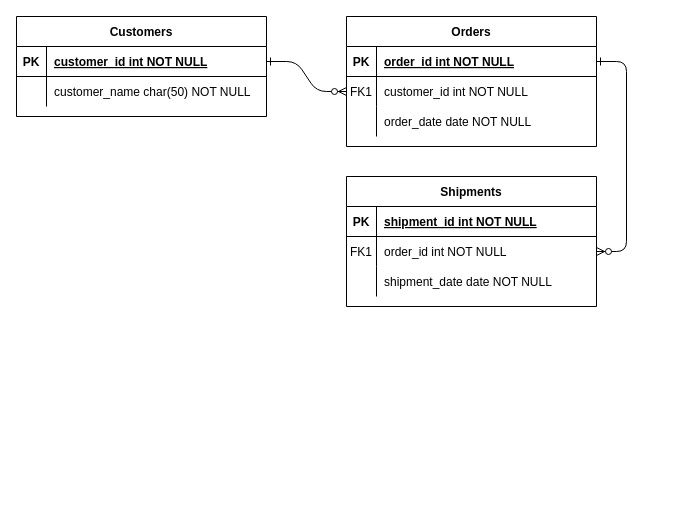
maman09/UasLaundry_170101001 keeps this draw.io diagram as Untitled Diagram.drawio. Above is the earlier version. Source tidied: cells renumbered, new cells numbered last; positions are measured from the earlier drawing's top-left corner, leaving out a move shared by most shapes. Both pictures are drawn from the tidied source at 100%, with x=0, y=0 at pixel (16, 16).
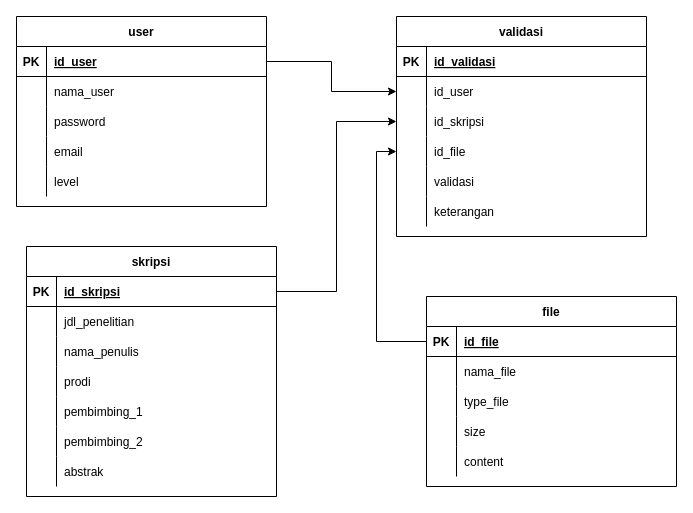
The same page after the edit.

Unchanged cells that the change refers to:
```xml
<mxCell id="5" style="shape=partialRectangle;fillColor=none;points=[[0,0.5],[1,0.5]];portConstraint=eastwest;top=0;left=0;right=0;bottom=1;" parent="4" vertex="1">
  <mxGeometry y="30" width="250" height="30" as="geometry" />
</mxCell>
<mxCell id="15" style="shape=partialRectangle;fillColor=none;points=[[0,0.5],[1,0.5]];portConstraint=eastwest;top=0;left=0;right=0;bottom=1;" parent="14" vertex="1">
  <mxGeometry y="30" width="250" height="30" as="geometry" />
</mxCell>
<mxCell id="18" style="shape=partialRectangle;fillColor=none;points=[[0,0.5],[1,0.5]];portConstraint=eastwest;top=0;left=0;right=0;bottom=0;" parent="14" vertex="1">
  <mxGeometry y="60" width="250" height="30" as="geometry" />
</mxCell>
<mxCell id="21" style="shape=partialRectangle;fillColor=none;top=0;left=0;right=0;bottom=0;" parent="14" vertex="1">
  <mxGeometry y="90" width="250" height="30" as="geometry" />
</mxCell>
<mxCell id="25" style="shape=partialRectangle;fillColor=none;points=[[0,0.5],[1,0.5]];portConstraint=eastwest;top=0;left=0;right=0;bottom=1;" parent="24" vertex="1">
  <mxGeometry y="30" width="250" height="30" as="geometry" />
</mxCell>
<mxCell id="28" style="shape=partialRectangle;fillColor=none;top=0;left=0;right=0;bottom=0;" parent="24" vertex="1">
  <mxGeometry y="60" width="250" height="30" as="geometry" />
</mxCell>
```

What changed in the source:
```diff
@@
-    <mxCell id="2" style="edgeStyle=entityRelationEdgeStyle;endArrow=ERzeroToMany;startArrow=ERone;endFill=1;startFill=0;" parent="1" edge="1" source="25" target="8">
-      <mxGeometry relative="1" as="geometry" />
-    </mxCell>
-    <mxCell id="3" style="edgeStyle=entityRelationEdgeStyle;endArrow=ERzeroToMany;startArrow=ERone;endFill=1;startFill=0;" parent="1" edge="1" source="5" target="18">
-      <mxGeometry relative="1" as="geometry" />
-    </mxCell>
-    <mxCell id="4" value="Orders" style="shape=table;startSize=30;childLayout=tableLayout;rowLines=0;fontStyle=1;align=center;" parent="1" vertex="1">
-      <mxGeometry x="330" width="250" height="130" as="geometry" />
+    <mxCell id="4" value="validasi" style="shape=table;startSize=30;childLayout=tableLayout;rowLines=0;fontStyle=1;align=center;" parent="1" vertex="1">
+      <mxGeometry x="380" width="250" height="220" as="geometry" />
     </mxCell>
@@
-    <mxCell id="7" value="order_id int NOT NULL " style="shape=partialRectangle;overflow=hidden;fillColor=none;top=0;left=0;bottom=0;right=0;align=left;spacingLeft=6;fontStyle=5;" parent="5" vertex="1">
+    <mxCell id="7" value="id_validasi" style="shape=partialRectangle;overflow=hidden;fillColor=none;top=0;left=0;bottom=0;right=0;align=left;spacingLeft=6;fontStyle=5;" parent="5" vertex="1">
       <mxGeometry x="30" width="220" height="30" as="geometry" />
     </mxCell>
+    <mxCell id="31" style="shape=partialRectangle;fillColor=none;points=[[0,0.5],[1,0.5]];portConstraint=eastwest;top=0;left=0;right=0;bottom=0;" parent="4" vertex="1">
+      <mxGeometry y="60" width="250" height="30" as="geometry" />
+    </mxCell>
+    <mxCell id="32" style="shape=partialRectangle;overflow=hidden;fillColor=none;top=0;left=0;bottom=0;right=0;" parent="31" vertex="1">
+      <mxGeometry width="30" height="30" as="geometry" />
+    </mxCell>
+    <mxCell id="33" value="id_user" style="shape=partialRectangle;overflow=hidden;fillColor=none;top=0;left=0;bottom=0;right=0;align=left;spacingLeft=6;" parent="31" vertex="1">
+      <mxGeometry x="30" width="220" height="30" as="geometry" />
+    </mxCell>
     <mxCell id="8" style="shape=partialRectangle;fillColor=none;points=[[0,0.5],[1,0.5]];portConstraint=eastwest;top=0;left=0;right=0;bottom=0;" parent="4" vertex="1">
-      <mxGeometry y="60" width="250" height="30" as="geometry" />
+      <mxGeometry y="90" width="250" height="30" as="geometry" />
     </mxCell>
-    <mxCell id="9" value="FK1" style="shape=partialRectangle;overflow=hidden;fillColor=none;top=0;left=0;bottom=0;right=0;" parent="8" vertex="1">
+    <mxCell id="9" style="shape=partialRectangle;overflow=hidden;fillColor=none;top=0;left=0;bottom=0;right=0;" parent="8" vertex="1">
       <mxGeometry width="30" height="30" as="geometry" />
     </mxCell>
-    <mxCell id="10" value="customer_id int NOT NULL" style="shape=partialRectangle;overflow=hidden;fillColor=none;top=0;left=0;bottom=0;right=0;align=left;spacingLeft=6;" parent="8" vertex="1">
+    <mxCell id="10" value="id_skripsi" style="shape=partialRectangle;overflow=hidden;fillColor=none;top=0;left=0;bottom=0;right=0;align=left;spacingLeft=6;" parent="8" vertex="1">
       <mxGeometry x="30" width="220" height="30" as="geometry" />
     </mxCell>
     <mxCell id="11" style="shape=partialRectangle;fillColor=none;points=[[0,0.5],[1,0.5]];portConstraint=eastwest;top=0;left=0;right=0;bottom=0;" parent="4" vertex="1">
-      <mxGeometry y="90" width="250" height="30" as="geometry" />
+      <mxGeometry y="120" width="250" height="30" as="geometry" />
     </mxCell>
@@
-    <mxCell id="13" value="order_date date NOT NULL" style="shape=partialRectangle;overflow=hidden;fillColor=none;top=0;left=0;bottom=0;right=0;align=left;spacingLeft=6;" parent="11" vertex="1">
+    <mxCell id="13" value="id_file" style="shape=partialRectangle;overflow=hidden;fillColor=none;top=0;left=0;bottom=0;right=0;align=left;spacingLeft=6;" parent="11" vertex="1">
       <mxGeometry x="30" width="220" height="30" as="geometry" />
     </mxCell>
+    <mxCell id="34" style="shape=partialRectangle;fillColor=none;top=0;left=0;right=0;bottom=0;" parent="4" vertex="1">
+      <mxGeometry y="150" width="250" height="30" as="geometry" />
+    </mxCell>
+    <mxCell id="35" style="shape=partialRectangle;overflow=hidden;fillColor=none;top=0;left=0;bottom=0;right=0;" parent="34" vertex="1">
+      <mxGeometry width="30" height="30" as="geometry" />
+    </mxCell>
+    <mxCell id="36" value="validasi" style="shape=partialRectangle;overflow=hidden;fillColor=none;top=0;left=0;bottom=0;right=0;align=left;spacingLeft=6;" parent="34" vertex="1">
+      <mxGeometry x="30" width="220" height="30" as="geometry" />
+    </mxCell>
+    <mxCell id="37" style="shape=partialRectangle;fillColor=none;top=0;left=0;right=0;bottom=0;" parent="4" vertex="1">
+      <mxGeometry y="180" width="250" height="30" as="geometry" />
+    </mxCell>
+    <mxCell id="38" style="shape=partialRectangle;overflow=hidden;fillColor=none;top=0;left=0;bottom=0;right=0;" parent="37" vertex="1">
+      <mxGeometry width="30" height="30" as="geometry" />
+    </mxCell>
+    <mxCell id="39" style="shape=partialRectangle;overflow=hidden;fillColor=none;top=0;left=0;bottom=0;right=0;align=left;spacingLeft=6;" parent="37" vertex="1">
+      <mxGeometry x="30" width="220" height="30" as="geometry" />
+    </mxCell>
-    <mxCell id="14" value="Shipments" style="shape=table;startSize=30;childLayout=tableLayout;rowLines=0;fontStyle=1;align=center;" parent="1" vertex="1">
-      <mxGeometry x="330" y="160" width="250" height="130" as="geometry" />
+    <mxCell id="14" value="file" style="shape=table;startSize=30;childLayout=tableLayout;rowLines=0;fontStyle=1;align=center;" parent="1" vertex="1">
+      <mxGeometry x="410" y="280" width="250" height="190" as="geometry" />
     </mxCell>
@@
-    <mxCell id="17" value="shipment_id int NOT NULL " style="shape=partialRectangle;overflow=hidden;fillColor=none;top=0;left=0;bottom=0;right=0;align=left;spacingLeft=6;fontStyle=5;" parent="15" vertex="1">
+    <mxCell id="17" value="id_file" style="shape=partialRectangle;overflow=hidden;fillColor=none;top=0;left=0;bottom=0;right=0;align=left;spacingLeft=6;fontStyle=5;" parent="15" vertex="1">
       <mxGeometry x="30" width="220" height="30" as="geometry" />
     </mxCell>
@@
-    <mxCell id="19" value="FK1" style="shape=partialRectangle;overflow=hidden;fillColor=none;top=0;left=0;bottom=0;right=0;" parent="18" vertex="1">
+    <mxCell id="19" style="shape=partialRectangle;overflow=hidden;fillColor=none;top=0;left=0;bottom=0;right=0;" parent="18" vertex="1">
       <mxGeometry width="30" height="30" as="geometry" />
     </mxCell>
-    <mxCell id="20" value="order_id int NOT NULL" style="shape=partialRectangle;overflow=hidden;fillColor=none;top=0;left=0;bottom=0;right=0;align=left;spacingLeft=6;" parent="18" vertex="1">
+    <mxCell id="20" value="nama_file" style="shape=partialRectangle;overflow=hidden;fillColor=none;top=0;left=0;bottom=0;right=0;align=left;spacingLeft=6;" parent="18" vertex="1">
       <mxGeometry x="30" width="220" height="30" as="geometry" />
     </mxCell>
@@
-    <mxCell id="23" value="shipment_date date NOT NULL" style="shape=partialRectangle;overflow=hidden;fillColor=none;top=0;left=0;bottom=0;right=0;align=left;spacingLeft=6;" parent="21" vertex="1">
+    <mxCell id="23" value="type_file" style="shape=partialRectangle;overflow=hidden;fillColor=none;top=0;left=0;bottom=0;right=0;align=left;spacingLeft=6;" parent="21" vertex="1">
       <mxGeometry x="30" width="220" height="30" as="geometry" />
     </mxCell>
+    <mxCell id="40" style="shape=partialRectangle;fillColor=none;top=0;left=0;right=0;bottom=0;" parent="14" vertex="1">
+      <mxGeometry y="120" width="250" height="30" as="geometry" />
+    </mxCell>
+    <mxCell id="41" style="shape=partialRectangle;overflow=hidden;fillColor=none;top=0;left=0;bottom=0;right=0;" parent="40" vertex="1">
+      <mxGeometry width="30" height="30" as="geometry" />
+    </mxCell>
+    <mxCell id="42" value="size" style="shape=partialRectangle;overflow=hidden;fillColor=none;top=0;left=0;bottom=0;right=0;align=left;spacingLeft=6;" parent="40" vertex="1">
+      <mxGeometry x="30" width="220" height="30" as="geometry" />
+    </mxCell>
+    <mxCell id="43" style="shape=partialRectangle;fillColor=none;top=0;left=0;right=0;bottom=0;" parent="14" vertex="1">
+      <mxGeometry y="150" width="250" height="30" as="geometry" />
+    </mxCell>
+    <mxCell id="44" style="shape=partialRectangle;overflow=hidden;fillColor=none;top=0;left=0;bottom=0;right=0;" parent="43" vertex="1">
+      <mxGeometry width="30" height="30" as="geometry" />
+    </mxCell>
+    <mxCell id="45" value="content" style="shape=partialRectangle;overflow=hidden;fillColor=none;top=0;left=0;bottom=0;right=0;align=left;spacingLeft=6;" parent="43" vertex="1">
+      <mxGeometry x="30" width="220" height="30" as="geometry" />
+    </mxCell>
-    <mxCell id="24" value="Customers" style="shape=table;startSize=30;childLayout=tableLayout;rowLines=0;fontStyle=1;align=center;" parent="1" vertex="1">
-      <mxGeometry width="250" height="100" as="geometry" />
+    <mxCell id="24" value="user" style="shape=table;startSize=30;childLayout=tableLayout;rowLines=0;fontStyle=1;align=center;" parent="1" vertex="1">
+      <mxGeometry width="250" height="190" as="geometry" />
     </mxCell>
@@
-    <mxCell id="27" value="customer_id int NOT NULL " style="shape=partialRectangle;overflow=hidden;fillColor=none;top=0;left=0;bottom=0;right=0;align=left;spacingLeft=6;fontStyle=5;" parent="25" vertex="1">
+    <mxCell id="27" value="id_user" style="shape=partialRectangle;overflow=hidden;fillColor=none;top=0;left=0;bottom=0;right=0;align=left;spacingLeft=6;fontStyle=5;" parent="25" vertex="1">
       <mxGeometry x="30" width="220" height="30" as="geometry" />
     </mxCell>
@@
-    <mxCell id="30" value="customer_name char(50) NOT NULL" style="shape=partialRectangle;overflow=hidden;fillColor=none;top=0;left=0;bottom=0;right=0;align=left;spacingLeft=6;" parent="28" vertex="1">
+    <mxCell id="30" value="nama_user" style="shape=partialRectangle;overflow=hidden;fillColor=none;top=0;left=0;bottom=0;right=0;align=left;spacingLeft=6;" parent="28" vertex="1">
       <mxGeometry x="30" width="220" height="30" as="geometry" />
     </mxCell>
+    <mxCell id="46" style="shape=partialRectangle;fillColor=none;top=0;left=0;right=0;bottom=0;" parent="24" vertex="1">
+      <mxGeometry y="90" width="250" height="30" as="geometry" />
+    </mxCell>
+    <mxCell id="47" style="shape=partialRectangle;overflow=hidden;fillColor=none;top=0;left=0;bottom=0;right=0;" parent="46" vertex="1">
+      <mxGeometry width="30" height="30" as="geometry" />
+    </mxCell>
+    <mxCell id="48" value="password" style="shape=partialRectangle;overflow=hidden;fillColor=none;top=0;left=0;bottom=0;right=0;align=left;spacingLeft=6;" parent="46" vertex="1">
+      <mxGeometry x="30" width="220" height="30" as="geometry" />
+    </mxCell>
+    <mxCell id="49" style="shape=partialRectangle;fillColor=none;top=0;left=0;right=0;bottom=0;" parent="24" vertex="1">
+      <mxGeometry y="120" width="250" height="30" as="geometry" />
+    </mxCell>
+    <mxCell id="50" style="shape=partialRectangle;overflow=hidden;fillColor=none;top=0;left=0;bottom=0;right=0;" parent="49" vertex="1">
+      <mxGeometry width="30" height="30" as="geometry" />
+    </mxCell>
+    <mxCell id="51" value="email" style="shape=partialRectangle;overflow=hidden;fillColor=none;top=0;left=0;bottom=0;right=0;align=left;spacingLeft=6;" parent="49" vertex="1">
+      <mxGeometry x="30" width="220" height="30" as="geometry" />
+    </mxCell>
+    <mxCell id="52" style="shape=partialRectangle;fillColor=none;top=0;left=0;right=0;bottom=0;" parent="24" vertex="1">
+      <mxGeometry y="150" width="250" height="30" as="geometry" />
+    </mxCell>
+    <mxCell id="53" style="shape=partialRectangle;overflow=hidden;fillColor=none;top=0;left=0;bottom=0;right=0;" parent="52" vertex="1">
+      <mxGeometry width="30" height="30" as="geometry" />
+    </mxCell>
+    <mxCell id="54" value="level" style="shape=partialRectangle;overflow=hidden;fillColor=none;top=0;left=0;bottom=0;right=0;align=left;spacingLeft=6;" parent="52" vertex="1">
+      <mxGeometry x="30" width="220" height="30" as="geometry" />
+    </mxCell>
+    <mxCell id="55" value="skripsi" style="shape=table;startSize=30;childLayout=tableLayout;rowLines=0;fontStyle=1;align=center;" parent="1" vertex="1">
+      <mxGeometry x="10" y="230" width="250" height="250" as="geometry" />
+    </mxCell>
+    <mxCell id="56" style="shape=partialRectangle;fillColor=none;points=[[0,0.5],[1,0.5]];portConstraint=eastwest;top=0;left=0;right=0;bottom=1;" parent="55" vertex="1">
+      <mxGeometry y="30" width="250" height="30" as="geometry" />
+    </mxCell>
+    <mxCell id="57" value="PK" style="shape=partialRectangle;overflow=hidden;fillColor=none;top=0;left=0;bottom=0;right=0;fontStyle=1;" parent="56" vertex="1">
+      <mxGeometry width="30" height="30" as="geometry" />
+    </mxCell>
+    <mxCell id="58" value="id_skripsi" style="shape=partialRectangle;overflow=hidden;fillColor=none;top=0;left=0;bottom=0;right=0;align=left;spacingLeft=6;fontStyle=5;" parent="56" vertex="1">
+      <mxGeometry x="30" width="220" height="30" as="geometry" />
+    </mxCell>
+    <mxCell id="59" style="shape=partialRectangle;fillColor=none;top=0;left=0;right=0;bottom=0;" parent="55" vertex="1">
+      <mxGeometry y="60" width="250" height="30" as="geometry" />
+    </mxCell>
+    <mxCell id="60" style="shape=partialRectangle;overflow=hidden;fillColor=none;top=0;left=0;bottom=0;right=0;" parent="59" vertex="1">
+      <mxGeometry width="30" height="30" as="geometry" />
+    </mxCell>
+    <mxCell id="61" value="jdl_penelitian" style="shape=partialRectangle;overflow=hidden;fillColor=none;top=0;left=0;bottom=0;right=0;align=left;spacingLeft=6;" parent="59" vertex="1">
+      <mxGeometry x="30" width="220" height="30" as="geometry" />
+    </mxCell>
+    <mxCell id="62" style="shape=partialRectangle;fillColor=none;top=0;left=0;right=0;bottom=0;" parent="55" vertex="1">
+      <mxGeometry y="90" width="250" height="30" as="geometry" />
+    </mxCell>
+    <mxCell id="63" style="shape=partialRectangle;overflow=hidden;fillColor=none;top=0;left=0;bottom=0;right=0;" parent="62" vertex="1">
+      <mxGeometry width="30" height="30" as="geometry" />
+    </mxCell>
+    <mxCell id="64" value="nama_penulis" style="shape=partialRectangle;overflow=hidden;fillColor=none;top=0;left=0;bottom=0;right=0;align=left;spacingLeft=6;" parent="62" vertex="1">
+      <mxGeometry x="30" width="220" height="30" as="geometry" />
+    </mxCell>
+    <mxCell id="65" style="shape=partialRectangle;fillColor=none;top=0;left=0;right=0;bottom=0;" parent="55" vertex="1">
+      <mxGeometry y="120" width="250" height="30" as="geometry" />
+    </mxCell>
+    <mxCell id="66" style="shape=partialRectangle;overflow=hidden;fillColor=none;top=0;left=0;bottom=0;right=0;" parent="65" vertex="1">
+      <mxGeometry width="30" height="30" as="geometry" />
+    </mxCell>
+    <mxCell id="67" value="prodi" style="shape=partialRectangle;overflow=hidden;fillColor=none;top=0;left=0;bottom=0;right=0;align=left;spacingLeft=6;" parent="65" vertex="1">
+      <mxGeometry x="30" width="220" height="30" as="geometry" />
+    </mxCell>
+    <mxCell id="68" style="shape=partialRectangle;fillColor=none;top=0;left=0;right=0;bottom=0;" parent="55" vertex="1">
+      <mxGeometry y="150" width="250" height="30" as="geometry" />
+    </mxCell>
+    <mxCell id="69" style="shape=partialRectangle;overflow=hidden;fillColor=none;top=0;left=0;bottom=0;right=0;" parent="68" vertex="1">
+      <mxGeometry width="30" height="30" as="geometry" />
+    </mxCell>
+    <mxCell id="70" value="pembimbing_1" style="shape=partialRectangle;overflow=hidden;fillColor=none;top=0;left=0;bottom=0;right=0;align=left;spacingLeft=6;" parent="68" vertex="1">
+      <mxGeometry x="30" width="220" height="30" as="geometry" />
+    </mxCell>
+    <mxCell id="71" style="shape=partialRectangle;fillColor=none;top=0;left=0;right=0;bottom=0;" parent="55" vertex="1">
+      <mxGeometry y="180" width="250" height="30" as="geometry" />
+    </mxCell>
+    <mxCell id="72" style="shape=partialRectangle;overflow=hidden;fillColor=none;top=0;left=0;bottom=0;right=0;" parent="71" vertex="1">
+      <mxGeometry width="30" height="30" as="geometry" />
+    </mxCell>
+    <mxCell id="73" value="pembimbing_2" style="shape=partialRectangle;overflow=hidden;fillColor=none;top=0;left=0;bottom=0;right=0;align=left;spacingLeft=6;" parent="71" vertex="1">
+      <mxGeometry x="30" width="220" height="30" as="geometry" />
+    </mxCell>
+    <mxCell id="74" style="shape=partialRectangle;fillColor=none;top=0;left=0;right=0;bottom=0;" parent="55" vertex="1">
+      <mxGeometry y="210" width="250" height="30" as="geometry" />
+    </mxCell>
+    <mxCell id="75" style="shape=partialRectangle;overflow=hidden;fillColor=none;top=0;left=0;bottom=0;right=0;" parent="74" vertex="1">
+      <mxGeometry width="30" height="30" as="geometry" />
+    </mxCell>
+    <mxCell id="76" value="abstrak" style="shape=partialRectangle;overflow=hidden;fillColor=none;top=0;left=0;bottom=0;right=0;align=left;spacingLeft=6;" parent="74" vertex="1">
+      <mxGeometry x="30" width="220" height="30" as="geometry" />
+    </mxCell>
+    <mxCell id="77" value="keterangan" style="shape=partialRectangle;overflow=hidden;fillColor=none;top=0;left=0;bottom=0;right=0;align=left;spacingLeft=6;" parent="1" vertex="1">
+      <mxGeometry x="410" y="180" width="220" height="30" as="geometry" />
+    </mxCell>
+    <mxCell id="78" style="edgeStyle=orthogonalEdgeStyle;rounded=0;jettySize=auto;html=1;exitX=0;exitY=0.5;exitDx=0;exitDy=0;entryX=0;entryY=0.5;entryDx=0;entryDy=0;" parent="1" edge="1" source="15" target="11">
+      <mxGeometry relative="1" as="geometry" />
+    </mxCell>
+    <mxCell id="79" style="edgeStyle=orthogonalEdgeStyle;rounded=0;jettySize=auto;html=1;exitX=1;exitY=0.5;exitDx=0;exitDy=0;entryX=0;entryY=0.5;entryDx=0;entryDy=0;" parent="1" edge="1" source="56" target="8">
+      <mxGeometry relative="1" as="geometry" />
+    </mxCell>
+    <mxCell id="80" style="edgeStyle=orthogonalEdgeStyle;rounded=0;jettySize=auto;html=1;exitX=1;exitY=0.5;exitDx=0;exitDy=0;entryX=0;entryY=0.5;entryDx=0;entryDy=0;" parent="1" edge="1" source="25" target="31">
+      <mxGeometry relative="1" as="geometry" />
+    </mxCell>
```
